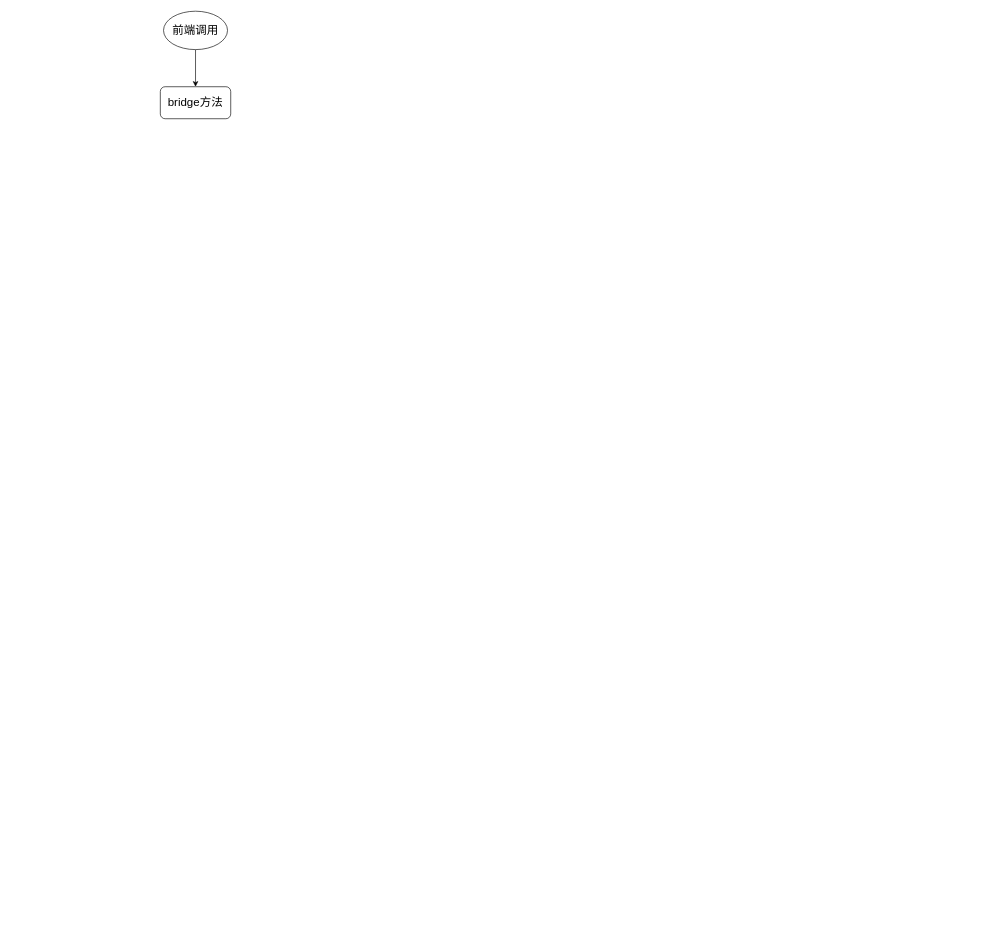
This is page "第 2 页" (2 of 2) of .drawio-chrome/通用bridge.drawio from yyht800/SiGuoYa, a draw.io file, before an edit. Source tidied: cells renumbered, new cells numbered last; positions are measured from the earlier drawing's top-left corner, leaving out a move shared by most shapes. Both pictures are drawn from the tidied source at 64%, with x=0, y=0 at pixel (160, 11).
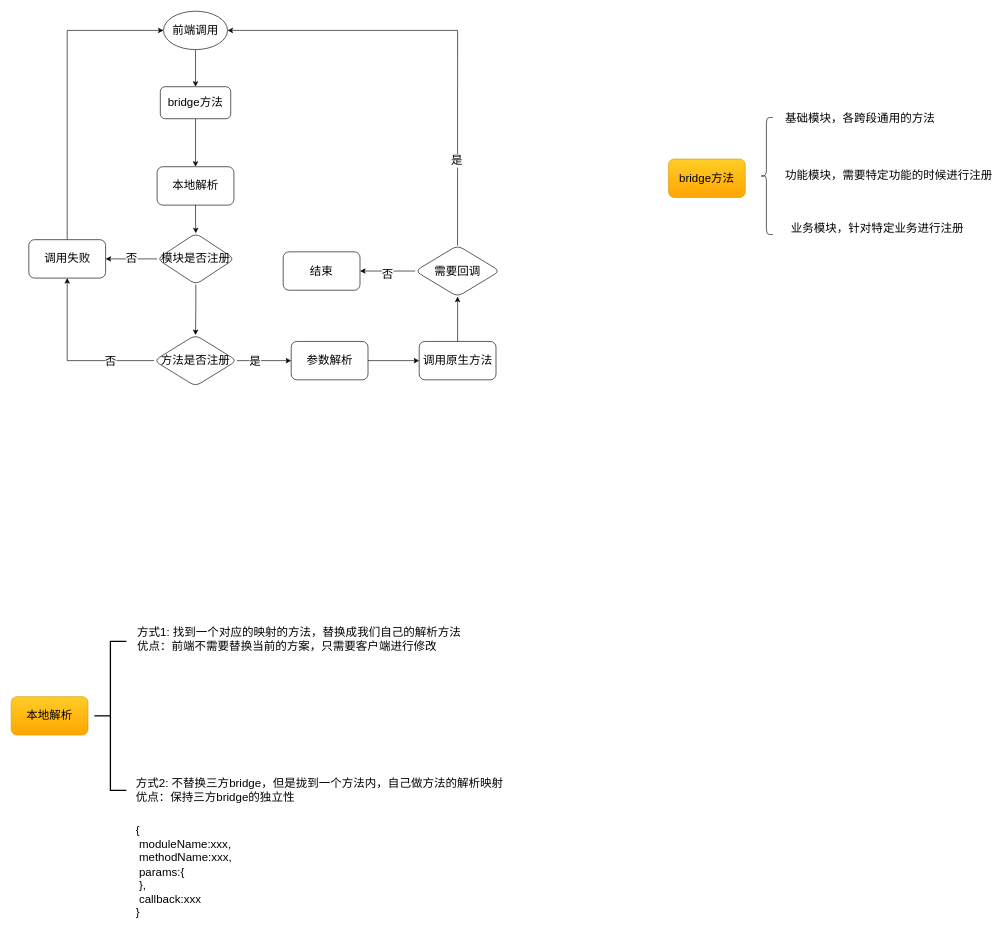
The same page after the edit.

Unchanged cells that the change refers to:
```xml
<mxCell id="3" value="前端调用" style="strokeWidth=1;html=1;shape=mxgraph.flowchart.start_1;whiteSpace=wrap;glass=0;fontSize=18;perimeterSpacing=0;" parent="1" vertex="1">
  <mxGeometry x="5" width="100" height="60" as="geometry" />
</mxCell>
<mxCell id="4" value="bridge方法" style="whiteSpace=wrap;html=1;fontSize=18;strokeWidth=1;glass=0;rounded=1;" parent="1" vertex="1">
  <mxGeometry y="118" width="110" height="50" as="geometry" />
</mxCell>
```

The edit, as a diff of the source:
```diff
@@
+    <mxCell id="5" style="edgeStyle=orthogonalEdgeStyle;rounded=0;jettySize=auto;html=1;fontSize=18;startArrow=none;startFill=0;" parent="1" edge="1" source="4" target="7">
+      <mxGeometry relative="1" as="geometry" />
+    </mxCell>
@@
+    <mxCell id="6" style="edgeStyle=orthogonalEdgeStyle;rounded=0;jettySize=auto;html=1;fontSize=18;startArrow=none;startFill=0;" parent="1" edge="1" source="7" target="10">
+      <mxGeometry relative="1" as="geometry" />
+    </mxCell>
+    <mxCell id="7" value="本地解析" style="whiteSpace=wrap;html=1;fontSize=18;strokeWidth=1;glass=0;rounded=1;" parent="1" vertex="1">
+      <mxGeometry x="-5" y="243" width="120" height="60" as="geometry" />
+    </mxCell>
+    <mxCell id="8" value="否" style="edgeStyle=orthogonalEdgeStyle;rounded=0;jettySize=auto;html=1;fontSize=18;startArrow=none;startFill=0;" parent="1" edge="1" source="10" target="12">
+      <mxGeometry relative="1" as="geometry" />
+    </mxCell>
+    <mxCell id="9" style="edgeStyle=orthogonalEdgeStyle;rounded=0;jettySize=auto;html=1;fontSize=18;startArrow=none;startFill=0;" parent="1" edge="1" source="10" target="17">
+      <mxGeometry relative="1" as="geometry" />
+    </mxCell>
+    <mxCell id="10" value="模块是否注册" style="rhombus;whiteSpace=wrap;html=1;fontSize=18;strokeWidth=1;glass=0;rounded=1;" parent="1" vertex="1">
+      <mxGeometry x="-5" y="347" width="121" height="80" as="geometry" />
+    </mxCell>
+    <mxCell id="11" style="edgeStyle=orthogonalEdgeStyle;rounded=0;jettySize=auto;html=1;exitX=0.5;exitY=0;exitDx=0;exitDy=0;entryX=0;entryY=0.5;entryDx=0;entryDy=0;entryPerimeter=0;fontSize=18;startArrow=none;startFill=0;" parent="1" edge="1" source="12" target="3">
+      <mxGeometry relative="1" as="geometry" />
+    </mxCell>
+    <mxCell id="12" value="调用失败" style="rounded=1;whiteSpace=wrap;html=1;fontSize=18;strokeWidth=1;glass=0;" parent="1" vertex="1">
+      <mxGeometry x="-205.5" y="357" width="120" height="60" as="geometry" />
+    </mxCell>
+    <mxCell id="13" style="edgeStyle=orthogonalEdgeStyle;rounded=0;jettySize=auto;html=1;exitX=0;exitY=0.5;exitDx=0;exitDy=0;entryX=0.5;entryY=1;entryDx=0;entryDy=0;fontSize=18;startArrow=none;startFill=0;" parent="1" edge="1" source="17" target="12">
+      <mxGeometry relative="1" as="geometry" />
+    </mxCell>
+    <mxCell id="14" value="否" style="edgeLabel;html=1;align=center;verticalAlign=middle;fontSize=18;" parent="13" vertex="1">
+      <mxGeometry x="-0.48" relative="1" as="geometry" />
+    </mxCell>
+    <mxCell id="15" style="edgeStyle=orthogonalEdgeStyle;rounded=0;jettySize=auto;html=1;fontSize=18;startArrow=none;startFill=0;" parent="1" edge="1" source="17" target="19">
+      <mxGeometry relative="1" as="geometry" />
+    </mxCell>
+    <mxCell id="16" value="是" style="edgeLabel;html=1;align=center;verticalAlign=middle;fontSize=18;" parent="15" vertex="1">
+      <mxGeometry x="-0.33" relative="1" as="geometry" />
+    </mxCell>
+    <mxCell id="17" value="方法是否注册" style="rhombus;whiteSpace=wrap;html=1;fontSize=18;strokeWidth=1;glass=0;rounded=1;" parent="1" vertex="1">
+      <mxGeometry x="-9.8" y="506" width="129.5" height="80" as="geometry" />
+    </mxCell>
+    <mxCell id="18" style="edgeStyle=orthogonalEdgeStyle;rounded=0;jettySize=auto;html=1;fontSize=18;startArrow=none;startFill=0;" parent="1" edge="1" source="19" target="21">
+      <mxGeometry relative="1" as="geometry" />
+    </mxCell>
+    <mxCell id="19" value="参数解析" style="whiteSpace=wrap;html=1;fontSize=18;strokeWidth=1;glass=0;rounded=1;" parent="1" vertex="1">
+      <mxGeometry x="204.5" y="516" width="120" height="60" as="geometry" />
+    </mxCell>
+    <mxCell id="20" style="edgeStyle=orthogonalEdgeStyle;rounded=0;jettySize=auto;html=1;fontSize=18;startArrow=none;startFill=0;" parent="1" edge="1" source="21" target="26">
+      <mxGeometry relative="1" as="geometry" />
+    </mxCell>
+    <mxCell id="21" value="调用原生方法" style="whiteSpace=wrap;html=1;fontSize=18;strokeWidth=1;glass=0;rounded=1;" parent="1" vertex="1">
+      <mxGeometry x="404.5" y="516" width="120" height="60" as="geometry" />
+    </mxCell>
+    <mxCell id="22" style="edgeStyle=orthogonalEdgeStyle;rounded=0;jettySize=auto;html=1;exitX=0.5;exitY=0;exitDx=0;exitDy=0;entryX=1;entryY=0.5;entryDx=0;entryDy=0;entryPerimeter=0;fontSize=18;startArrow=none;startFill=0;" parent="1" edge="1" source="26" target="3">
+      <mxGeometry relative="1" as="geometry" />
+    </mxCell>
+    <mxCell id="23" value="是" style="edgeLabel;html=1;align=center;verticalAlign=middle;fontSize=18;" parent="22" vertex="1">
+      <mxGeometry x="-0.62" y="3" relative="1" as="geometry">
+        <mxPoint x="1" as="offset" />
+      </mxGeometry>
+    </mxCell>
+    <mxCell id="24" style="edgeStyle=orthogonalEdgeStyle;rounded=0;jettySize=auto;html=1;fontSize=18;startArrow=none;startFill=0;" parent="1" edge="1" source="26" target="27">
+      <mxGeometry relative="1" as="geometry" />
+    </mxCell>
+    <mxCell id="25" value="否" style="edgeLabel;html=1;align=center;verticalAlign=middle;fontSize=18;" parent="24" vertex="1">
+      <mxGeometry x="0.03" y="4" relative="1" as="geometry" />
+    </mxCell>
+    <mxCell id="26" value="需要回调" style="rhombus;whiteSpace=wrap;html=1;fontSize=18;strokeWidth=1;glass=0;rounded=1;" parent="1" vertex="1">
+      <mxGeometry x="398.2" y="366" width="132.5" height="80" as="geometry" />
+    </mxCell>
+    <mxCell id="27" value="结束" style="whiteSpace=wrap;html=1;fontSize=18;strokeWidth=1;glass=0;rounded=1;" parent="1" vertex="1">
+      <mxGeometry x="192" y="376" width="120" height="60" as="geometry" />
+    </mxCell>
+    <mxCell id="28" value="本地解析" style="whiteSpace=wrap;html=1;rounded=1;glass=0;labelBackgroundColor=none;fontSize=18;strokeColor=#d79b00;strokeWidth=1;fillColor=#ffcd28;gradientColor=#ffa500;" parent="1" vertex="1">
+      <mxGeometry x="-233" y="1071" width="120" height="60" as="geometry" />
+    </mxCell>
+    <mxCell id="29" style="strokeWidth=2;html=1;shape=mxgraph.flowchart.annotation_2;align=left;labelPosition=right;rounded=1;glass=0;labelBackgroundColor=none;fontSize=18;fillColor=#FFE599;gradientColor=none;" parent="1" vertex="1">
+      <mxGeometry x="-103" y="984.5" width="50" height="233" as="geometry" />
+    </mxCell>
+    <mxCell id="30" value="方式1: 找到一个对应的映射的方法，替换成我们自己的解析方法&lt;br&gt;优点：前端不需要替换当前的方案，只需要客户端进行修改" style="text;html=1;align=left;verticalAlign=middle;strokeColor=none;fillColor=none;fontSize=18;" parent="1" vertex="1">
+      <mxGeometry x="-38" y="958" width="516" height="48" as="geometry" />
+    </mxCell>
+    <mxCell id="31" value="方式2: 不替换三方bridge，但是拢到一个方法内，自己做方法的解析映射&lt;br&gt;优点：保持三方bridge的独立性" style="text;html=1;align=left;verticalAlign=middle;strokeColor=none;fillColor=none;fontSize=18;" parent="1" vertex="1">
+      <mxGeometry x="-40" y="1193" width="584" height="48" as="geometry" />
+    </mxCell>
+    <mxCell id="32" value="{&lt;br&gt;&lt;span style=&quot;white-space: pre&quot;&gt; &lt;/span&gt;moduleName:xxx,&lt;br&gt;&lt;span style=&quot;white-space: pre&quot;&gt; &lt;/span&gt;methodName:xxx,&lt;br&gt;&lt;span style=&quot;white-space: pre&quot;&gt; &lt;/span&gt;params:{&lt;br&gt;&lt;span style=&quot;white-space: pre&quot;&gt; &lt;/span&gt;},&lt;br&gt;&lt;span style=&quot;white-space: pre&quot;&gt; &lt;/span&gt;callback:xxx&lt;br&gt;}" style="text;html=1;align=left;verticalAlign=middle;strokeColor=none;fillColor=none;fontSize=18;" parent="1" vertex="1">
+      <mxGeometry x="-40" y="1266" width="195" height="158" as="geometry" />
+    </mxCell>
+    <mxCell id="33" value="bridge方法" style="whiteSpace=wrap;html=1;rounded=1;glass=0;labelBackgroundColor=none;fontSize=18;strokeColor=#d79b00;strokeWidth=1;fillColor=#ffcd28;gradientColor=#ffa500;" parent="1" vertex="1">
+      <mxGeometry x="794" y="231" width="120" height="60" as="geometry" />
+    </mxCell>
+    <mxCell id="34" style="shape=curlyBracket;whiteSpace=wrap;html=1;rounded=1;glass=0;labelBackgroundColor=none;fontSize=18;strokeColor=default;strokeWidth=1;fillColor=#FFE599;gradientColor=none;" parent="1" vertex="1">
+      <mxGeometry x="937" y="166" width="20" height="183" as="geometry" />
+    </mxCell>
+    <mxCell id="35" value="基础模块，各跨段通用的方法" style="text;html=1;align=center;verticalAlign=middle;strokeColor=none;fillColor=none;fontSize=18;" parent="1" vertex="1">
+      <mxGeometry x="971" y="154" width="244" height="26" as="geometry" />
+    </mxCell>
+    <mxCell id="36" value="功能模块，需要特定功能的时候进行注册" style="text;html=1;align=center;verticalAlign=middle;strokeColor=none;fillColor=none;fontSize=18;" parent="1" vertex="1">
+      <mxGeometry x="971" y="243" width="334" height="26" as="geometry" />
+    </mxCell>
+    <mxCell id="37" value="业务模块，针对特定业务进行注册" style="text;html=1;align=center;verticalAlign=middle;strokeColor=none;fillColor=none;fontSize=18;" parent="1" vertex="1">
+      <mxGeometry x="980" y="327" width="280" height="26" as="geometry" />
+    </mxCell>
```
